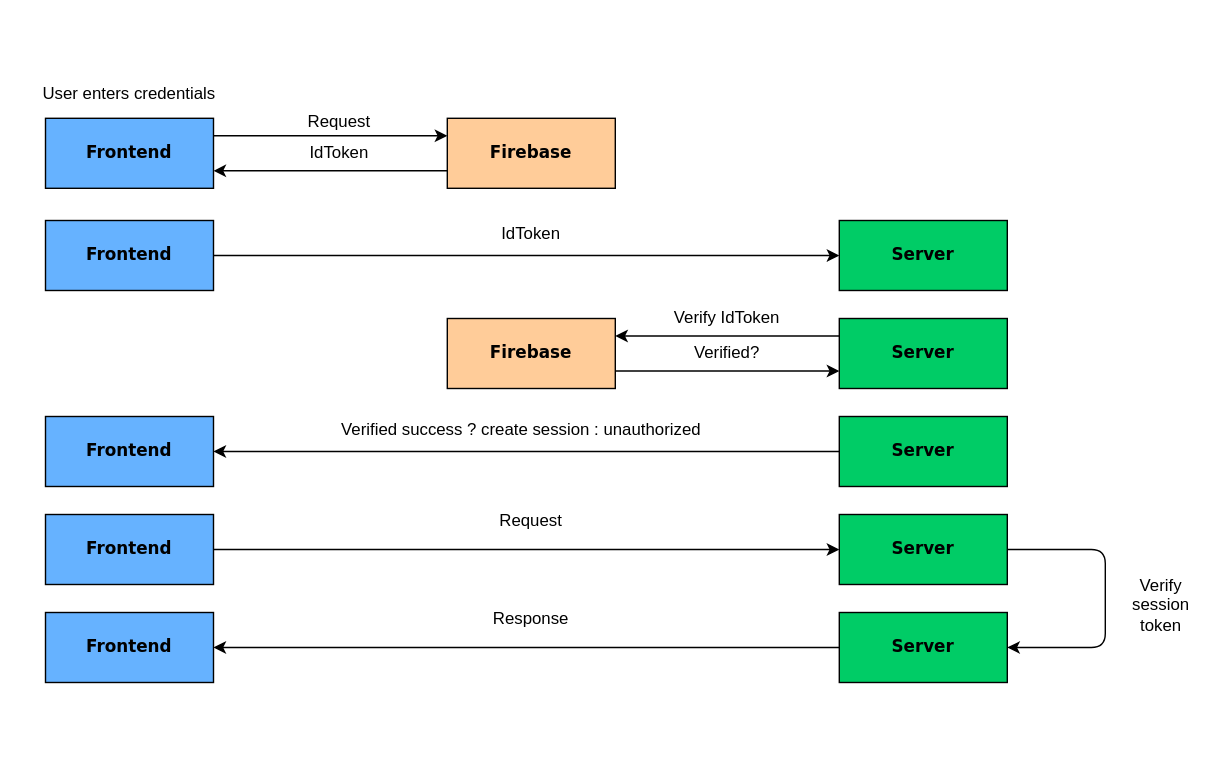
Earlier version of the draw.io diagram docs/authentication.drawio (CPTR450-Diplomacy/backend). Source tidied: cells renumbered, new cells numbered last; positions are measured from the earlier drawing's top-left corner, leaving out a move shared by most shapes. Both pictures are drawn from the tidied source at 140%, with x=0, y=0 at pixel (24, 80).
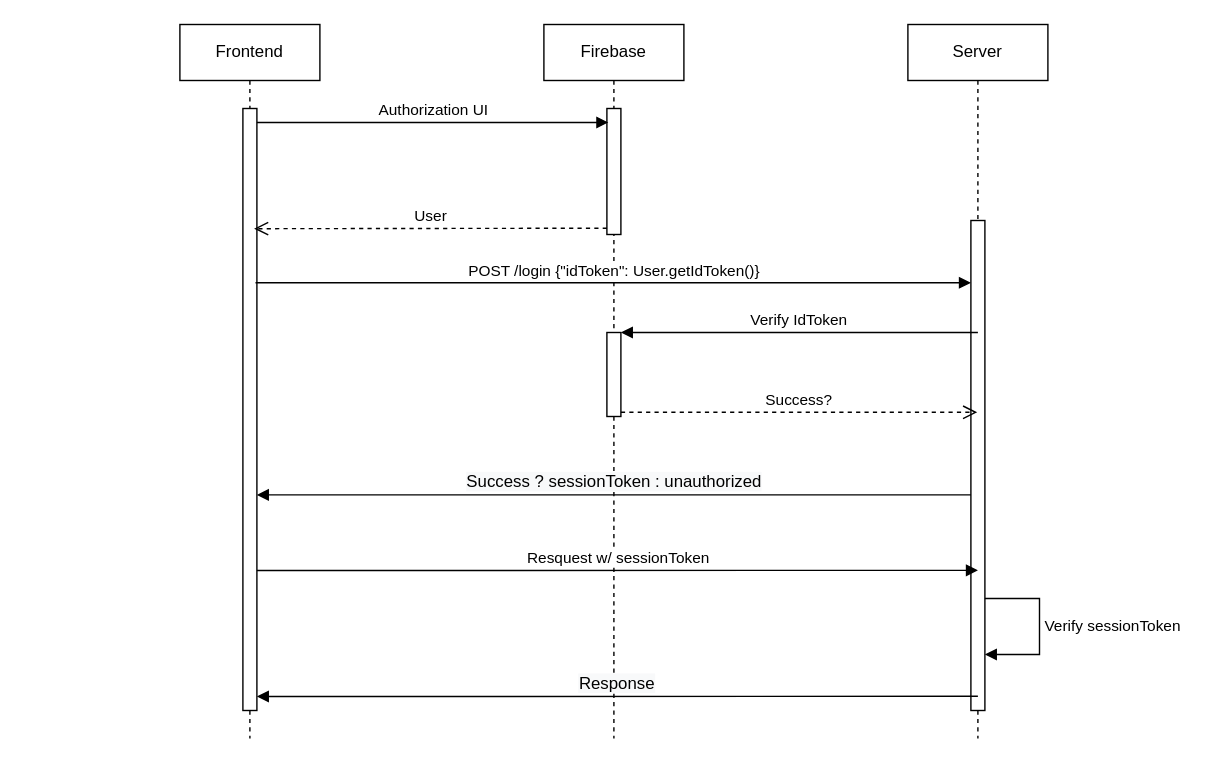
Above is the later version.

Commit message (it also covers changes not shown here):
Update authentication diagram to use UML Sequence format.

What changed in the source:
```diff
@@
-    <mxCell id="2" value="&lt;b&gt;Frontend&lt;/b&gt;" style="whiteSpace=wrap;html=1;rounded=0;shadow=0;comic=0;labelBackgroundColor=none;strokeWidth=1;fontFamily=Verdana;fontSize=12;align=center;fillColor=#66B2FF;" parent="1" vertex="1">
-      <mxGeometry x="15" y="27" width="120" height="50" as="geometry" />
-    </mxCell>
-    <mxCell id="3" value="&lt;b&gt;Server&lt;/b&gt;" style="whiteSpace=wrap;html=1;rounded=0;shadow=0;comic=0;labelBackgroundColor=none;strokeWidth=1;fontFamily=Verdana;fontSize=12;align=center;fillColor=#00CC66;" parent="1" vertex="1">
-      <mxGeometry x="582" y="100" width="120" height="50" as="geometry" />
-    </mxCell>
-    <mxCell id="4" value="&lt;b&gt;Firebase&lt;/b&gt;" style="whiteSpace=wrap;html=1;rounded=0;shadow=0;comic=0;labelBackgroundColor=none;strokeWidth=1;fontFamily=Verdana;fontSize=12;align=center;fillColor=#FFCC99;" parent="1" vertex="1">
-      <mxGeometry x="302" y="27" width="120" height="50" as="geometry" />
-    </mxCell>
-    <mxCell id="5" style="endArrow=classic;html=1;exitX=1;exitY=0.25;exitDx=0;exitDy=0;entryX=0;entryY=0.25;entryDx=0;entryDy=0;" parent="1" edge="1" source="2" target="4">
-      <mxGeometry relative="1" as="geometry" />
-    </mxCell>
-    <mxCell id="6" value="User enters credentials" style="text;html=1;strokeColor=none;fillColor=none;align=center;verticalAlign=middle;whiteSpace=wrap;rounded=0;" parent="1" vertex="1">
-      <mxGeometry width="150" height="20" as="geometry" />
-    </mxCell>
-    <mxCell id="7" value="Request" style="text;html=1;strokeColor=none;fillColor=none;align=center;verticalAlign=middle;whiteSpace=wrap;rounded=0;" parent="1" vertex="1">
-      <mxGeometry x="150" y="20" width="150" height="20" as="geometry" />
-    </mxCell>
-    <mxCell id="8" style="endArrow=classic;html=1;exitX=0;exitY=0.75;exitDx=0;exitDy=0;entryX=1;entryY=0.75;entryDx=0;entryDy=0;" parent="1" edge="1" source="4" target="2">
-      <mxGeometry relative="1" as="geometry" />
-    </mxCell>
-    <mxCell id="9" value="IdToken" style="text;html=1;strokeColor=none;fillColor=none;align=center;verticalAlign=middle;whiteSpace=wrap;rounded=0;" parent="1" vertex="1">
-      <mxGeometry x="150" y="42" width="150" height="20" as="geometry" />
-    </mxCell>
-    <mxCell id="10" value="&lt;b&gt;Frontend&lt;/b&gt;" style="whiteSpace=wrap;html=1;rounded=0;shadow=0;comic=0;labelBackgroundColor=none;strokeWidth=1;fontFamily=Verdana;fontSize=12;align=center;fillColor=#66B2FF;" parent="1" vertex="1">
-      <mxGeometry x="15" y="100" width="120" height="50" as="geometry" />
-    </mxCell>
-    <mxCell id="11" style="endArrow=classic;html=1;exitX=1;exitY=0.5;exitDx=0;exitDy=0;entryX=0;entryY=0.5;entryDx=0;entryDy=0;" parent="1" edge="1" source="10" target="3">
-      <mxGeometry relative="1" as="geometry" />
-    </mxCell>
-    <mxCell id="12" value="IdToken" style="text;html=1;strokeColor=none;fillColor=none;align=center;verticalAlign=middle;whiteSpace=wrap;rounded=0;" parent="1" vertex="1">
-      <mxGeometry x="342" y="100" width="40" height="20" as="geometry" />
-    </mxCell>
-    <mxCell id="13" value="&lt;b&gt;Firebase&lt;/b&gt;" style="whiteSpace=wrap;html=1;rounded=0;shadow=0;comic=0;labelBackgroundColor=none;strokeWidth=1;fontFamily=Verdana;fontSize=12;align=center;fillColor=#FFCC99;" parent="1" vertex="1">
-      <mxGeometry x="302" y="170" width="120" height="50" as="geometry" />
-    </mxCell>
-    <mxCell id="14" value="&lt;b&gt;Server&lt;/b&gt;" style="whiteSpace=wrap;html=1;rounded=0;shadow=0;comic=0;labelBackgroundColor=none;strokeWidth=1;fontFamily=Verdana;fontSize=12;align=center;fillColor=#00CC66;" parent="1" vertex="1">
-      <mxGeometry x="582" y="170" width="120" height="50" as="geometry" />
-    </mxCell>
-    <mxCell id="15" style="endArrow=classic;html=1;exitX=0;exitY=0.25;exitDx=0;exitDy=0;entryX=1;entryY=0.25;entryDx=0;entryDy=0;" parent="1" edge="1" source="14" target="13">
-      <mxGeometry relative="1" as="geometry" />
-    </mxCell>
+    <mxCell id="33" value="Frontend" style="shape=umlLifeline;perimeter=lifelinePerimeter;whiteSpace=wrap;html=1;outlineConnect=0;" parent="1" vertex="1">
+      <mxGeometry x="111" y="-40" width="100" height="510" as="geometry" />
+    </mxCell>
+    <mxCell id="34" value="Firebase" style="shape=umlLifeline;perimeter=lifelinePerimeter;whiteSpace=wrap;html=1;" parent="1" vertex="1">
+      <mxGeometry x="371" y="-40" width="100" height="510" as="geometry" />
+    </mxCell>
+    <mxCell id="35" value="Server" style="shape=umlLifeline;perimeter=lifelinePerimeter;whiteSpace=wrap;html=1;outlineConnect=0;" parent="1" vertex="1">
+      <mxGeometry x="631" y="-40" width="100" height="510" as="geometry" />
+    </mxCell>
+    <mxCell id="36" style="html=1;points=[];perimeter=orthogonalPerimeter;" parent="1" vertex="1">
+      <mxGeometry x="156" y="20" width="10" height="430" as="geometry" />
+    </mxCell>
+    <mxCell id="37" style="html=1;points=[];perimeter=orthogonalPerimeter;" parent="1" vertex="1">
+      <mxGeometry x="416" y="20" width="10" height="90" as="geometry" />
+    </mxCell>
+    <mxCell id="38" value="Authorization UI" style="html=1;verticalAlign=bottom;endArrow=block;entryX=0.1;entryY=0.111;entryDx=0;entryDy=0;entryPerimeter=0;" parent="1" edge="1" source="36" target="37">
+      <mxGeometry relative="1" as="geometry" />
+    </mxCell>
+    <mxCell id="39" value="User" style="html=1;verticalAlign=bottom;endArrow=open;dashed=1;endSize=8;exitX=0;exitY=0.95;entryX=0.53;entryY=0.286;entryDx=0;entryDy=0;entryPerimeter=0;" parent="1" edge="1" source="37" target="33">
+      <mxGeometry relative="1" as="geometry" />
+    </mxCell>
+    <mxCell id="40" style="html=1;points=[];perimeter=orthogonalPerimeter;" parent="1" vertex="1">
+      <mxGeometry x="676" y="100" width="10" height="350" as="geometry" />
+    </mxCell>
+    <mxCell id="41" value="POST /login {&quot;idToken&quot;: User.getIdToken()}" style="html=1;verticalAlign=bottom;endArrow=block;exitX=0.9;exitY=0.12;exitDx=0;exitDy=0;exitPerimeter=0;" parent="1" edge="1" target="40">
+      <mxGeometry relative="1" as="geometry">
+        <mxPoint x="165" y="144.5" as="sourcePoint" />
+      </mxGeometry>
+    </mxCell>
+    <mxCell id="42" style="html=1;points=[];perimeter=orthogonalPerimeter;" parent="1" vertex="1">
+      <mxGeometry x="416" y="180" width="10" height="60" as="geometry" />
+    </mxCell>
-    <mxCell id="16" value="Verify IdToken" style="text;html=1;strokeColor=none;fillColor=none;align=center;verticalAlign=middle;whiteSpace=wrap;rounded=0;" parent="1" vertex="1">
-      <mxGeometry x="462" y="160" width="80" height="20" as="geometry" />
+    <mxCell id="16" value="Verify IdToken" style="html=1;verticalAlign=bottom;endArrow=block;entryX=1;entryY=0;" parent="1" edge="1" target="42">
+      <mxGeometry relative="1" as="geometry">
+        <mxPoint x="681" y="180" as="sourcePoint" />
+      </mxGeometry>
     </mxCell>
-    <mxCell id="17" style="endArrow=classic;html=1;exitX=1;exitY=0.75;exitDx=0;exitDy=0;entryX=0;entryY=0.75;entryDx=0;entryDy=0;" parent="1" edge="1" source="13" target="14">
-      <mxGeometry relative="1" as="geometry" />
-    </mxCell>
-    <mxCell id="18" value="Verified?" style="text;html=1;strokeColor=none;fillColor=none;align=center;verticalAlign=middle;whiteSpace=wrap;rounded=0;" parent="1" vertex="1">
-      <mxGeometry x="482" y="185" width="40" height="20" as="geometry" />
-    </mxCell>
-    <mxCell id="19" value="&lt;b&gt;Server&lt;/b&gt;" style="whiteSpace=wrap;html=1;rounded=0;shadow=0;comic=0;labelBackgroundColor=none;strokeWidth=1;fontFamily=Verdana;fontSize=12;align=center;fillColor=#00CC66;" parent="1" vertex="1">
-      <mxGeometry x="582" y="240" width="120" height="50" as="geometry" />
-    </mxCell>
-    <mxCell id="20" value="&lt;b&gt;Frontend&lt;/b&gt;" style="whiteSpace=wrap;html=1;rounded=0;shadow=0;comic=0;labelBackgroundColor=none;strokeWidth=1;fontFamily=Verdana;fontSize=12;align=center;fillColor=#66B2FF;" parent="1" vertex="1">
-      <mxGeometry x="15" y="240" width="120" height="50" as="geometry" />
-    </mxCell>
-    <mxCell id="21" style="endArrow=classic;html=1;exitX=0;exitY=0.5;exitDx=0;exitDy=0;entryX=1;entryY=0.5;entryDx=0;entryDy=0;" parent="1" edge="1" source="19" target="20">
-      <mxGeometry relative="1" as="geometry" />
-    </mxCell>
-    <mxCell id="22" value="Verified success ? create session : unauthorized" style="text;html=1;strokeColor=none;fillColor=none;align=center;verticalAlign=middle;whiteSpace=wrap;rounded=0;" parent="1" vertex="1">
-      <mxGeometry x="205" y="240" width="300" height="20" as="geometry" />
-    </mxCell>
-    <mxCell id="23" value="&lt;b&gt;Server&lt;/b&gt;" style="whiteSpace=wrap;html=1;rounded=0;shadow=0;comic=0;labelBackgroundColor=none;strokeWidth=1;fontFamily=Verdana;fontSize=12;align=center;fillColor=#00CC66;" parent="1" vertex="1">
-      <mxGeometry x="582" y="310" width="120" height="50" as="geometry" />
-    </mxCell>
-    <mxCell id="24" value="&lt;b&gt;Frontend&lt;/b&gt;" style="whiteSpace=wrap;html=1;rounded=0;shadow=0;comic=0;labelBackgroundColor=none;strokeWidth=1;fontFamily=Verdana;fontSize=12;align=center;fillColor=#66B2FF;" parent="1" vertex="1">
-      <mxGeometry x="15" y="310" width="120" height="50" as="geometry" />
-    </mxCell>
-    <mxCell id="25" style="endArrow=classic;html=1;exitX=1;exitY=0.5;exitDx=0;exitDy=0;entryX=0;entryY=0.5;entryDx=0;entryDy=0;" parent="1" edge="1" source="24" target="23">
-      <mxGeometry relative="1" as="geometry" />
-    </mxCell>
-    <mxCell id="26" value="&lt;b&gt;Server&lt;/b&gt;" style="whiteSpace=wrap;html=1;rounded=0;shadow=0;comic=0;labelBackgroundColor=none;strokeWidth=1;fontFamily=Verdana;fontSize=12;align=center;fillColor=#00CC66;" parent="1" vertex="1">
-      <mxGeometry x="582" y="380" width="120" height="50" as="geometry" />
-    </mxCell>
-    <mxCell id="27" style="endArrow=classic;html=1;exitX=1;exitY=0.5;exitDx=0;exitDy=0;entryX=1;entryY=0.5;entryDx=0;entryDy=0;" parent="1" edge="1" source="23" target="26">
-      <mxGeometry relative="1" as="geometry">
-        <Array as="points">
-          <mxPoint x="772" y="335" />
-          <mxPoint x="772" y="405" />
-        </Array>
-      </mxGeometry>
-    </mxCell>
-    <mxCell id="28" value="Verify session token" style="text;html=1;strokeColor=none;fillColor=none;align=center;verticalAlign=middle;whiteSpace=wrap;rounded=0;" parent="1" vertex="1">
-      <mxGeometry x="782" y="360" width="60" height="30" as="geometry" />
-    </mxCell>
-    <mxCell id="29" value="&lt;b&gt;Frontend&lt;/b&gt;" style="whiteSpace=wrap;html=1;rounded=0;shadow=0;comic=0;labelBackgroundColor=none;strokeWidth=1;fontFamily=Verdana;fontSize=12;align=center;fillColor=#66B2FF;" parent="1" vertex="1">
-      <mxGeometry x="15" y="380" width="120" height="50" as="geometry" />
-    </mxCell>
-    <mxCell id="30" style="endArrow=classic;html=1;exitX=0;exitY=0.5;exitDx=0;exitDy=0;entryX=1;entryY=0.5;entryDx=0;entryDy=0;" parent="1" edge="1" source="26" target="29">
-      <mxGeometry relative="1" as="geometry" />
-    </mxCell>
+    <mxCell id="43" value="Success?" style="html=1;verticalAlign=bottom;endArrow=open;dashed=1;endSize=8;exitX=1;exitY=0.95;" parent="1" edge="1" source="42" target="35">
+      <mxGeometry relative="1" as="geometry" />
+    </mxCell>
+    <mxCell id="44" value="&lt;span style=&quot;font-size: 12px ; background-color: rgb(248 , 249 , 250)&quot;&gt;Success ? sessionToken : unauthorized&lt;/span&gt;" style="html=1;verticalAlign=bottom;endArrow=block;exitX=0;exitY=0.56;exitDx=0;exitDy=0;exitPerimeter=0;" parent="1" edge="1" source="40" target="36">
+      <mxGeometry relative="1" as="geometry" />
+    </mxCell>
+    <mxCell id="45" value="Resquest w/ sessionToken" style="html=1;verticalAlign=bottom;endArrow=block;entryX=0.5;entryY=0.714;entryDx=0;entryDy=0;entryPerimeter=0;" parent="1" edge="1" target="40">
+      <mxGeometry relative="1" as="geometry">
+        <mxPoint x="166" y="350" as="sourcePoint" />
+      </mxGeometry>
+    </mxCell>
+    <mxCell id="46" value="Verify sessionToken&amp;nbsp;" style="edgeStyle=orthogonalEdgeStyle;html=1;align=left;spacingLeft=2;endArrow=block;rounded=0;" parent="1" edge="1">
+      <mxGeometry relative="1" as="geometry">
+        <mxPoint x="686" y="370" as="sourcePoint" />
+        <mxPoint x="686" y="410" as="targetPoint" />
+        <Array as="points">
+          <mxPoint x="725" y="370" />
+          <mxPoint x="725" y="410" />
+          <mxPoint x="686" y="410" />
+        </Array>
+      </mxGeometry>
+    </mxCell>
-    <mxCell id="31" value="Response" style="text;html=1;strokeColor=none;fillColor=none;align=center;verticalAlign=middle;whiteSpace=wrap;rounded=0;" parent="1" vertex="1">
-      <mxGeometry x="332" y="370" width="60" height="30" as="geometry" />
+    <mxCell id="31" value="&lt;span style=&quot;font-size: 12px ; background-color: rgb(248 , 249 , 250)&quot;&gt;Response&lt;/span&gt;" style="html=1;verticalAlign=bottom;endArrow=block;exitX=0.5;exitY=0.971;exitDx=0;exitDy=0;exitPerimeter=0;" parent="1" edge="1" source="40">
+      <mxGeometry relative="1" as="geometry">
+        <mxPoint x="166" y="440" as="targetPoint" />
+      </mxGeometry>
     </mxCell>
-    <mxCell id="32" value="Request" style="text;html=1;strokeColor=none;fillColor=none;align=center;verticalAlign=middle;whiteSpace=wrap;rounded=0;" parent="1" vertex="1">
-      <mxGeometry x="332" y="300" width="60" height="30" as="geometry" />
-    </mxCell>
```
